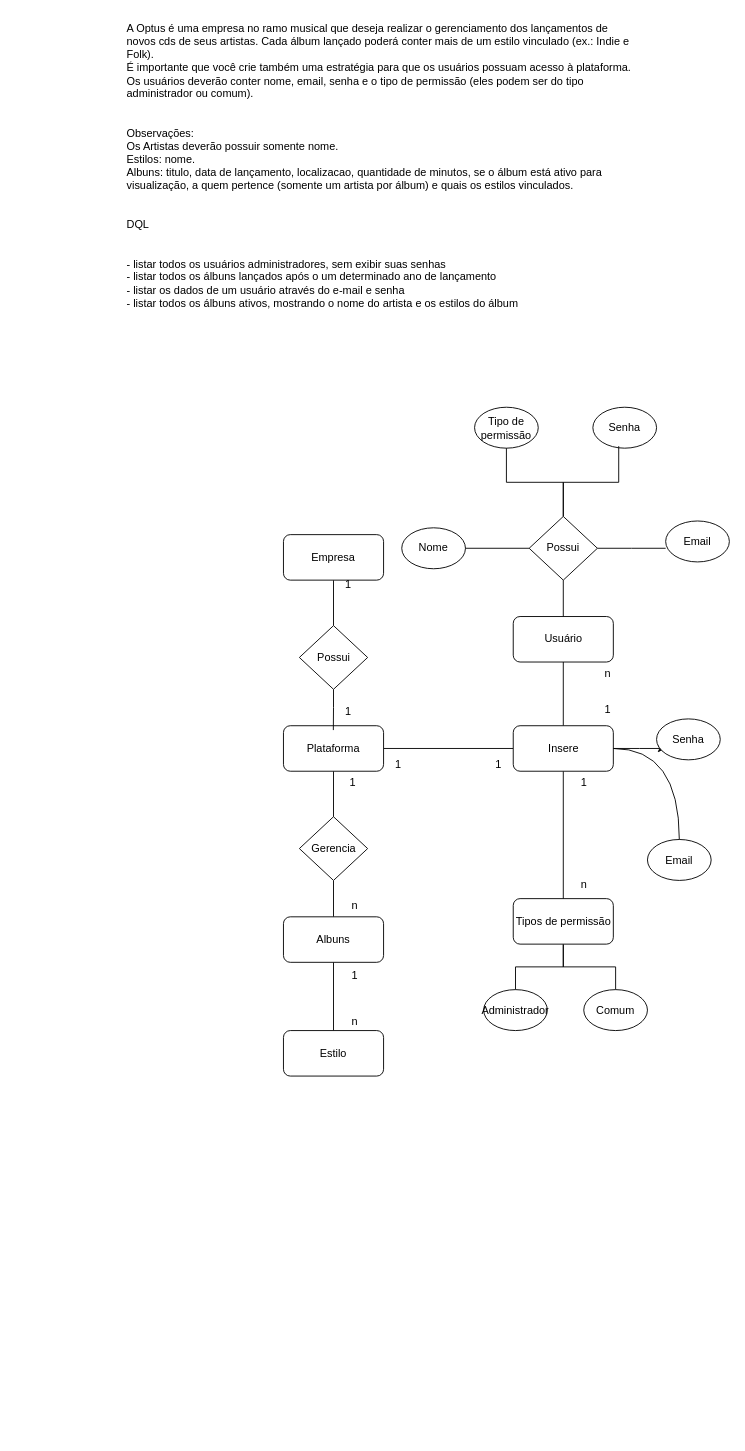
Earlier version of the draw.io diagram page "Página-5" (5 of 7) of Exercícios/DER Ex01/DER00.drawio (GuilhermeOliveira23/2-Semestre-SENAI). Source tidied: cells renumbered, new cells numbered last; positions are measured from the earlier drawing's top-left corner, leaving out a move shared by most shapes. Both pictures are drawn from the tidied source at 91%, with x=0, y=0 at pixel (125, 15).
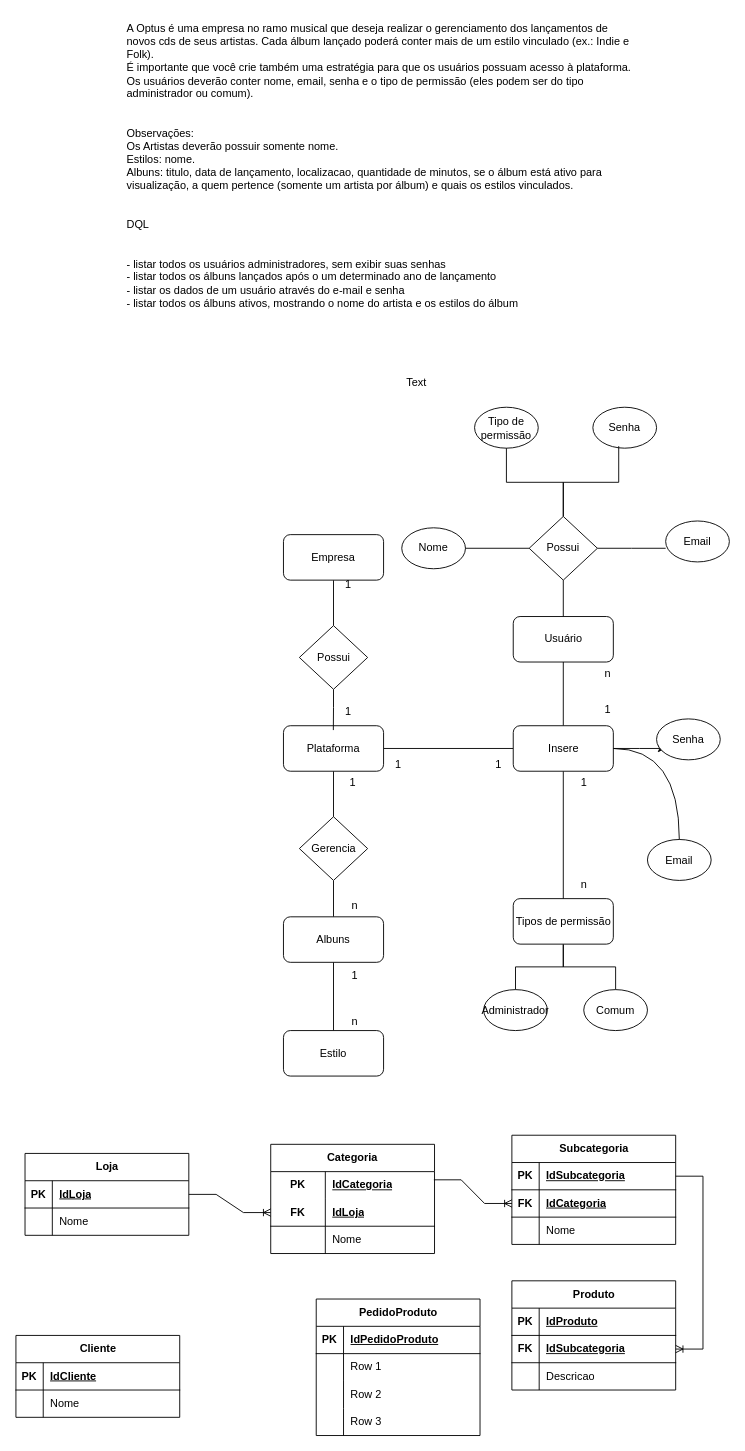
After the change.

What changed in the source:
```diff
@@
+    <mxCell id="50" value="Text" style="text;html=1;align=center;verticalAlign=middle;strokeColor=none;fillColor=none;" parent="1" vertex="1">
+      <mxGeometry x="295" y="388" width="50" height="30" as="geometry" />
+    </mxCell>
+    <mxCell id="51" value="Loja" style="shape=table;startSize=30;childLayout=tableLayout;rowLines=0;fontStyle=1;align=center;html=1;" parent="1" vertex="1">
+      <mxGeometry x="-110" y="1250" width="180" height="90" as="geometry" />
+    </mxCell>
+    <mxCell id="52" style="shape=tableRow;horizontal=0;startSize=0;swimlaneHead=0;swimlaneBody=0;fillColor=none;points=[[0,0.5],[1,0.5]];portConstraint=eastwest;top=0;left=0;right=0;bottom=1;" parent="51" vertex="1">
+      <mxGeometry y="30" width="180" height="30" as="geometry" />
+    </mxCell>
+    <mxCell id="53" value="PK" style="shape=partialRectangle;fillColor=none;top=0;left=0;bottom=0;right=0;fontStyle=1;overflow=hidden;whiteSpace=wrap;html=1;" parent="52" vertex="1">
+      <mxGeometry width="30" height="30" as="geometry" />
+    </mxCell>
+    <mxCell id="54" value="IdLoja" style="shape=partialRectangle;fillColor=none;top=0;left=0;bottom=0;right=0;align=left;spacingLeft=6;fontStyle=5;overflow=hidden;whiteSpace=wrap;html=1;" parent="52" vertex="1">
+      <mxGeometry x="30" width="150" height="30" as="geometry" />
+    </mxCell>
+    <mxCell id="55" style="shape=tableRow;horizontal=0;startSize=0;swimlaneHead=0;swimlaneBody=0;fillColor=none;top=0;left=0;right=0;bottom=0;" parent="51" vertex="1">
+      <mxGeometry y="60" width="180" height="30" as="geometry" />
+    </mxCell>
+    <mxCell id="56" style="shape=partialRectangle;fillColor=none;top=0;left=0;bottom=0;right=0;overflow=hidden;whiteSpace=wrap;html=1;" parent="55" vertex="1">
+      <mxGeometry width="30" height="30" as="geometry" />
+    </mxCell>
+    <mxCell id="57" value="Nome" style="shape=partialRectangle;fillColor=none;top=0;left=0;bottom=0;right=0;align=left;spacingLeft=6;overflow=hidden;whiteSpace=wrap;html=1;" parent="55" vertex="1">
+      <mxGeometry x="30" width="150" height="30" as="geometry" />
+    </mxCell>
+    <mxCell id="58" value="Subcategoria" style="shape=table;startSize=30;childLayout=tableLayout;rowLines=0;fontStyle=1;align=center;html=1;" parent="1" vertex="1">
+      <mxGeometry x="425" y="1230" width="180" height="120" as="geometry" />
+    </mxCell>
+    <mxCell id="59" style="shape=tableRow;horizontal=0;startSize=0;swimlaneHead=0;swimlaneBody=0;fillColor=none;points=[[0,0.5],[1,0.5]];portConstraint=eastwest;top=0;left=0;right=0;bottom=1;" parent="58" vertex="1">
+      <mxGeometry y="30" width="180" height="30" as="geometry" />
+    </mxCell>
+    <mxCell id="60" value="PK" style="shape=partialRectangle;fillColor=none;top=0;left=0;bottom=0;right=0;fontStyle=1;overflow=hidden;whiteSpace=wrap;html=1;" parent="59" vertex="1">
+      <mxGeometry width="30" height="30" as="geometry" />
+    </mxCell>
+    <mxCell id="61" value="IdSubcategoria" style="shape=partialRectangle;fillColor=none;top=0;left=0;bottom=0;right=0;align=left;spacingLeft=6;fontStyle=5;overflow=hidden;whiteSpace=wrap;html=1;" parent="59" vertex="1">
+      <mxGeometry x="30" width="150" height="30" as="geometry" />
+    </mxCell>
+    <mxCell id="62" style="shape=tableRow;horizontal=0;startSize=0;swimlaneHead=0;swimlaneBody=0;fillColor=none;points=[[0,0.5],[1,0.5]];portConstraint=eastwest;top=0;left=0;right=0;bottom=1;" parent="58" vertex="1">
+      <mxGeometry y="60" width="180" height="30" as="geometry" />
+    </mxCell>
+    <mxCell id="63" value="FK" style="shape=partialRectangle;fillColor=none;top=0;left=0;bottom=0;right=0;fontStyle=1;overflow=hidden;whiteSpace=wrap;html=1;" parent="62" vertex="1">
+      <mxGeometry width="30" height="30" as="geometry" />
+    </mxCell>
+    <mxCell id="64" value="IdCategoria" style="shape=partialRectangle;fillColor=none;top=0;left=0;bottom=0;right=0;align=left;spacingLeft=6;fontStyle=5;overflow=hidden;whiteSpace=wrap;html=1;" parent="62" vertex="1">
+      <mxGeometry x="30" width="150" height="30" as="geometry" />
+    </mxCell>
+    <mxCell id="65" style="shape=tableRow;horizontal=0;startSize=0;swimlaneHead=0;swimlaneBody=0;fillColor=none;top=0;left=0;right=0;bottom=0;" parent="58" vertex="1">
+      <mxGeometry y="90" width="180" height="30" as="geometry" />
+    </mxCell>
+    <mxCell id="66" style="shape=partialRectangle;fillColor=none;top=0;left=0;bottom=0;right=0;overflow=hidden;whiteSpace=wrap;html=1;" parent="65" vertex="1">
+      <mxGeometry width="30" height="30" as="geometry" />
+    </mxCell>
+    <mxCell id="67" value="Nome" style="shape=partialRectangle;fillColor=none;top=0;left=0;bottom=0;right=0;align=left;spacingLeft=6;overflow=hidden;whiteSpace=wrap;html=1;" parent="65" vertex="1">
+      <mxGeometry x="30" width="150" height="30" as="geometry" />
+    </mxCell>
+    <mxCell id="68" value="Produto" style="shape=table;startSize=30;childLayout=tableLayout;rowLines=0;fontStyle=1;align=center;html=1;" parent="1" vertex="1">
+      <mxGeometry x="425" y="1390" width="180" height="120" as="geometry" />
+    </mxCell>
+    <mxCell id="69" style="shape=tableRow;horizontal=0;startSize=0;swimlaneHead=0;swimlaneBody=0;fillColor=none;top=0;left=0;right=0;bottom=1;" parent="68" vertex="1">
+      <mxGeometry y="30" width="180" height="30" as="geometry" />
+    </mxCell>
+    <mxCell id="70" value="PK" style="shape=partialRectangle;fillColor=none;top=0;left=0;bottom=0;right=0;fontStyle=1;overflow=hidden;whiteSpace=wrap;html=1;" parent="69" vertex="1">
+      <mxGeometry width="30" height="30" as="geometry" />
+    </mxCell>
+    <mxCell id="71" value="IdProduto" style="shape=partialRectangle;fillColor=none;top=0;left=0;bottom=0;right=0;align=left;spacingLeft=6;fontStyle=5;overflow=hidden;whiteSpace=wrap;html=1;" parent="69" vertex="1">
+      <mxGeometry x="30" width="150" height="30" as="geometry" />
+    </mxCell>
+    <mxCell id="72" style="shape=tableRow;horizontal=0;startSize=0;swimlaneHead=0;swimlaneBody=0;fillColor=none;points=[[0,0.5],[1,0.5]];portConstraint=eastwest;top=0;left=0;right=0;bottom=1;" parent="68" vertex="1">
+      <mxGeometry y="60" width="180" height="30" as="geometry" />
+    </mxCell>
+    <mxCell id="73" value="FK" style="shape=partialRectangle;fillColor=none;top=0;left=0;bottom=0;right=0;fontStyle=1;overflow=hidden;whiteSpace=wrap;html=1;" parent="72" vertex="1">
+      <mxGeometry width="30" height="30" as="geometry" />
+    </mxCell>
+    <mxCell id="74" value="IdSubcategoria" style="shape=partialRectangle;fillColor=none;top=0;left=0;bottom=0;right=0;align=left;spacingLeft=6;fontStyle=5;overflow=hidden;whiteSpace=wrap;html=1;" parent="72" vertex="1">
+      <mxGeometry x="30" width="150" height="30" as="geometry" />
+    </mxCell>
+    <mxCell id="75" style="shape=tableRow;horizontal=0;startSize=0;swimlaneHead=0;swimlaneBody=0;fillColor=none;top=0;left=0;right=0;bottom=0;" parent="68" vertex="1">
+      <mxGeometry y="90" width="180" height="30" as="geometry" />
+    </mxCell>
+    <mxCell id="76" style="shape=partialRectangle;fillColor=none;top=0;left=0;bottom=0;right=0;overflow=hidden;whiteSpace=wrap;html=1;" parent="75" vertex="1">
+      <mxGeometry width="30" height="30" as="geometry" />
+    </mxCell>
+    <mxCell id="77" value="Descricao" style="shape=partialRectangle;fillColor=none;top=0;left=0;bottom=0;right=0;align=left;spacingLeft=6;overflow=hidden;whiteSpace=wrap;html=1;" parent="75" vertex="1">
+      <mxGeometry x="30" width="150" height="30" as="geometry" />
+    </mxCell>
+    <mxCell id="78" value="Cliente" style="shape=table;startSize=30;childLayout=tableLayout;rowLines=0;fontStyle=1;align=center;html=1;" parent="1" vertex="1">
+      <mxGeometry x="-120" y="1450" width="180" height="90" as="geometry" />
+    </mxCell>
+    <mxCell id="79" style="shape=tableRow;horizontal=0;startSize=0;swimlaneHead=0;swimlaneBody=0;fillColor=none;top=0;left=0;right=0;bottom=1;" parent="78" vertex="1">
+      <mxGeometry y="30" width="180" height="30" as="geometry" />
+    </mxCell>
+    <mxCell id="80" value="PK" style="shape=partialRectangle;fillColor=none;top=0;left=0;bottom=0;right=0;fontStyle=1;overflow=hidden;whiteSpace=wrap;html=1;" parent="79" vertex="1">
+      <mxGeometry width="30" height="30" as="geometry" />
+    </mxCell>
+    <mxCell id="81" value="IdCliente" style="shape=partialRectangle;fillColor=none;top=0;left=0;bottom=0;right=0;align=left;spacingLeft=6;fontStyle=5;overflow=hidden;whiteSpace=wrap;html=1;" parent="79" vertex="1">
+      <mxGeometry x="30" width="150" height="30" as="geometry" />
+    </mxCell>
+    <mxCell id="82" style="shape=tableRow;horizontal=0;startSize=0;swimlaneHead=0;swimlaneBody=0;fillColor=none;top=0;left=0;right=0;bottom=0;" parent="78" vertex="1">
+      <mxGeometry y="60" width="180" height="30" as="geometry" />
+    </mxCell>
+    <mxCell id="83" style="shape=partialRectangle;fillColor=none;top=0;left=0;bottom=0;right=0;overflow=hidden;whiteSpace=wrap;html=1;" parent="82" vertex="1">
+      <mxGeometry width="30" height="30" as="geometry" />
+    </mxCell>
+    <mxCell id="84" value="Nome" style="shape=partialRectangle;fillColor=none;top=0;left=0;bottom=0;right=0;align=left;spacingLeft=6;overflow=hidden;whiteSpace=wrap;html=1;" parent="82" vertex="1">
+      <mxGeometry x="30" width="150" height="30" as="geometry" />
+    </mxCell>
+    <mxCell id="85" style="edgeStyle=entityRelationEdgeStyle;fontSize=12;html=1;endArrow=ERoneToMany;rounded=0;exitX=0.996;exitY=0.3;exitDx=0;exitDy=0;exitPerimeter=0;entryX=0;entryY=0.5;entryDx=0;entryDy=0;" parent="1" edge="1" source="87" target="62">
+      <mxGeometry relative="1" as="geometry">
+        <Array as="points">
+          <mxPoint x="386.5" y="1352.5" />
+          <mxPoint x="386.5" y="1362.5" />
+        </Array>
+      </mxGeometry>
+    </mxCell>
+    <mxCell id="86" value="Categoria" style="shape=table;startSize=30;childLayout=tableLayout;rowLines=0;fontStyle=1;align=center;html=1;whiteSpace=wrap;" parent="1" vertex="1">
+      <mxGeometry x="160" y="1240" width="180" height="120" as="geometry" />
+    </mxCell>
+    <mxCell id="87" style="shape=tableRow;horizontal=0;startSize=0;swimlaneHead=0;swimlaneBody=0;fillColor=none;points=[[0,0.5],[1,0.5]];portConstraint=eastwest;top=0;left=0;right=0;bottom=0;html=1;" parent="86" vertex="1">
+      <mxGeometry y="30" width="180" height="30" as="geometry" />
+    </mxCell>
+    <mxCell id="88" value="PK" style="shape=partialRectangle;fillColor=none;top=0;left=0;bottom=0;right=0;fontStyle=1;overflow=hidden;html=1;whiteSpace=wrap;" parent="87" vertex="1">
+      <mxGeometry width="60" height="30" as="geometry" />
+    </mxCell>
+    <mxCell id="89" value="IdCategoria" style="shape=partialRectangle;fillColor=none;top=0;left=0;bottom=0;right=0;align=left;spacingLeft=6;fontStyle=5;overflow=hidden;html=1;whiteSpace=wrap;" parent="87" vertex="1">
+      <mxGeometry x="60" width="120" height="30" as="geometry" />
+    </mxCell>
+    <mxCell id="90" style="shape=tableRow;horizontal=0;startSize=0;swimlaneHead=0;swimlaneBody=0;fillColor=none;points=[[0,0.5],[1,0.5]];portConstraint=eastwest;top=0;left=0;right=0;bottom=1;html=1;" parent="86" vertex="1">
+      <mxGeometry y="60" width="180" height="30" as="geometry" />
+    </mxCell>
+    <mxCell id="91" value="FK" style="shape=partialRectangle;fillColor=none;top=0;left=0;bottom=0;right=0;fontStyle=1;overflow=hidden;html=1;whiteSpace=wrap;" parent="90" vertex="1">
+      <mxGeometry width="60" height="30" as="geometry" />
+    </mxCell>
+    <mxCell id="92" value="IdLoja" style="shape=partialRectangle;fillColor=none;top=0;left=0;bottom=0;right=0;align=left;spacingLeft=6;fontStyle=5;overflow=hidden;html=1;whiteSpace=wrap;" parent="90" vertex="1">
+      <mxGeometry x="60" width="120" height="30" as="geometry" />
+    </mxCell>
+    <mxCell id="93" style="shape=tableRow;horizontal=0;startSize=0;swimlaneHead=0;swimlaneBody=0;fillColor=none;top=0;left=0;right=0;bottom=0;html=1;" parent="86" vertex="1">
+      <mxGeometry y="90" width="180" height="30" as="geometry" />
+    </mxCell>
+    <mxCell id="94" style="shape=partialRectangle;fillColor=none;top=0;left=0;bottom=0;right=0;overflow=hidden;html=1;whiteSpace=wrap;" parent="93" vertex="1">
+      <mxGeometry width="60" height="30" as="geometry" />
+    </mxCell>
+    <mxCell id="95" value="Nome" style="shape=partialRectangle;fillColor=none;top=0;left=0;bottom=0;right=0;align=left;spacingLeft=6;overflow=hidden;html=1;whiteSpace=wrap;" parent="93" vertex="1">
+      <mxGeometry x="60" width="120" height="30" as="geometry" />
+    </mxCell>
+    <mxCell id="96" style="edgeStyle=entityRelationEdgeStyle;fontSize=12;html=1;endArrow=ERoneToMany;rounded=0;exitX=1;exitY=0.5;exitDx=0;exitDy=0;entryX=0;entryY=0.5;entryDx=0;entryDy=0;" parent="1" edge="1" source="52" target="90">
+      <mxGeometry relative="1" as="geometry">
+        <Array as="points">
+          <mxPoint x="376.5" y="1340" />
+          <mxPoint x="376.5" y="1350" />
+        </Array>
+      </mxGeometry>
+    </mxCell>
+    <mxCell id="97" style="edgeStyle=entityRelationEdgeStyle;fontSize=12;html=1;endArrow=ERoneToMany;rounded=0;exitX=1;exitY=0.5;exitDx=0;exitDy=0;entryX=1;entryY=0.5;entryDx=0;entryDy=0;" parent="1" edge="1" source="59" target="72">
+      <mxGeometry relative="1" as="geometry">
+        <Array as="points">
+          <mxPoint x="396.5" y="1362.5" />
+          <mxPoint x="396.5" y="1372.5" />
+        </Array>
+      </mxGeometry>
+    </mxCell>
+    <mxCell id="98" value="PedidoProduto" style="shape=table;startSize=30;childLayout=tableLayout;rowLines=0;fontStyle=1;align=center;html=1;" parent="1" vertex="1">
+      <mxGeometry x="210" y="1410" width="180" height="150" as="geometry" />
+    </mxCell>
+    <mxCell id="99" style="shape=tableRow;horizontal=0;startSize=0;swimlaneHead=0;swimlaneBody=0;fillColor=none;top=0;left=0;right=0;bottom=1;" parent="98" vertex="1">
+      <mxGeometry y="30" width="180" height="30" as="geometry" />
+    </mxCell>
+    <mxCell id="100" value="PK" style="shape=partialRectangle;fillColor=none;top=0;left=0;bottom=0;right=0;fontStyle=1;overflow=hidden;whiteSpace=wrap;html=1;" parent="99" vertex="1">
+      <mxGeometry width="30" height="30" as="geometry" />
+    </mxCell>
+    <mxCell id="101" value="IdPedidoProduto" style="shape=partialRectangle;fillColor=none;top=0;left=0;bottom=0;right=0;align=left;spacingLeft=6;fontStyle=5;overflow=hidden;whiteSpace=wrap;html=1;" parent="99" vertex="1">
+      <mxGeometry x="30" width="150" height="30" as="geometry" />
+    </mxCell>
+    <mxCell id="102" style="shape=tableRow;horizontal=0;startSize=0;swimlaneHead=0;swimlaneBody=0;fillColor=none;top=0;left=0;right=0;bottom=0;" parent="98" vertex="1">
+      <mxGeometry y="60" width="180" height="30" as="geometry" />
+    </mxCell>
+    <mxCell id="103" style="shape=partialRectangle;fillColor=none;top=0;left=0;bottom=0;right=0;overflow=hidden;whiteSpace=wrap;html=1;" parent="102" vertex="1">
+      <mxGeometry width="30" height="30" as="geometry" />
+    </mxCell>
+    <mxCell id="104" value="Row 1" style="shape=partialRectangle;fillColor=none;top=0;left=0;bottom=0;right=0;align=left;spacingLeft=6;overflow=hidden;whiteSpace=wrap;html=1;" parent="102" vertex="1">
+      <mxGeometry x="30" width="150" height="30" as="geometry" />
+    </mxCell>
+    <mxCell id="105" style="shape=tableRow;horizontal=0;startSize=0;swimlaneHead=0;swimlaneBody=0;fillColor=none;top=0;left=0;right=0;bottom=0;" parent="98" vertex="1">
+      <mxGeometry y="90" width="180" height="30" as="geometry" />
+    </mxCell>
+    <mxCell id="106" style="shape=partialRectangle;fillColor=none;top=0;left=0;bottom=0;right=0;overflow=hidden;whiteSpace=wrap;html=1;" parent="105" vertex="1">
+      <mxGeometry width="30" height="30" as="geometry" />
+    </mxCell>
+    <mxCell id="107" value="Row 2" style="shape=partialRectangle;fillColor=none;top=0;left=0;bottom=0;right=0;align=left;spacingLeft=6;overflow=hidden;whiteSpace=wrap;html=1;" parent="105" vertex="1">
+      <mxGeometry x="30" width="150" height="30" as="geometry" />
+    </mxCell>
+    <mxCell id="108" style="shape=tableRow;horizontal=0;startSize=0;swimlaneHead=0;swimlaneBody=0;fillColor=none;top=0;left=0;right=0;bottom=0;" parent="98" vertex="1">
+      <mxGeometry y="120" width="180" height="30" as="geometry" />
+    </mxCell>
+    <mxCell id="109" style="shape=partialRectangle;fillColor=none;top=0;left=0;bottom=0;right=0;overflow=hidden;whiteSpace=wrap;html=1;" parent="108" vertex="1">
+      <mxGeometry width="30" height="30" as="geometry" />
+    </mxCell>
+    <mxCell id="110" value="Row 3" style="shape=partialRectangle;fillColor=none;top=0;left=0;bottom=0;right=0;align=left;spacingLeft=6;overflow=hidden;whiteSpace=wrap;html=1;" parent="108" vertex="1">
+      <mxGeometry x="30" width="150" height="30" as="geometry" />
+    </mxCell>
```
